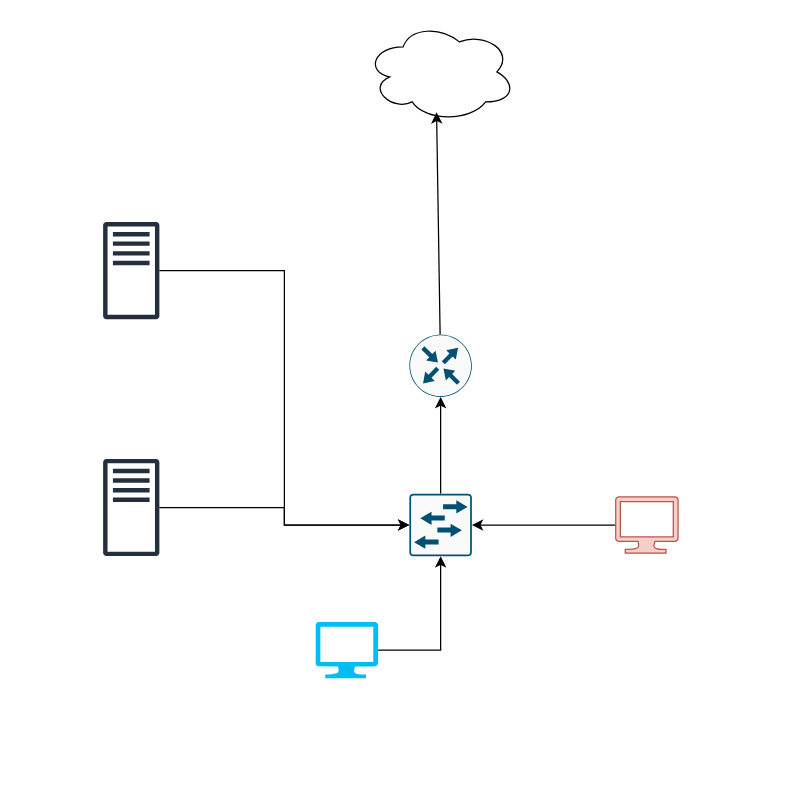
The draw.io diagram Untitled Diagram.drawio in tedwards45/Active-Directory-Lab, before the edit. Source tidied: cells renumbered, new cells numbered last; positions are measured from the earlier drawing's top-left corner, leaving out a move shared by most shapes. Both pictures are drawn from the tidied source at 125%, with x=0, y=0 at pixel (102, 21).
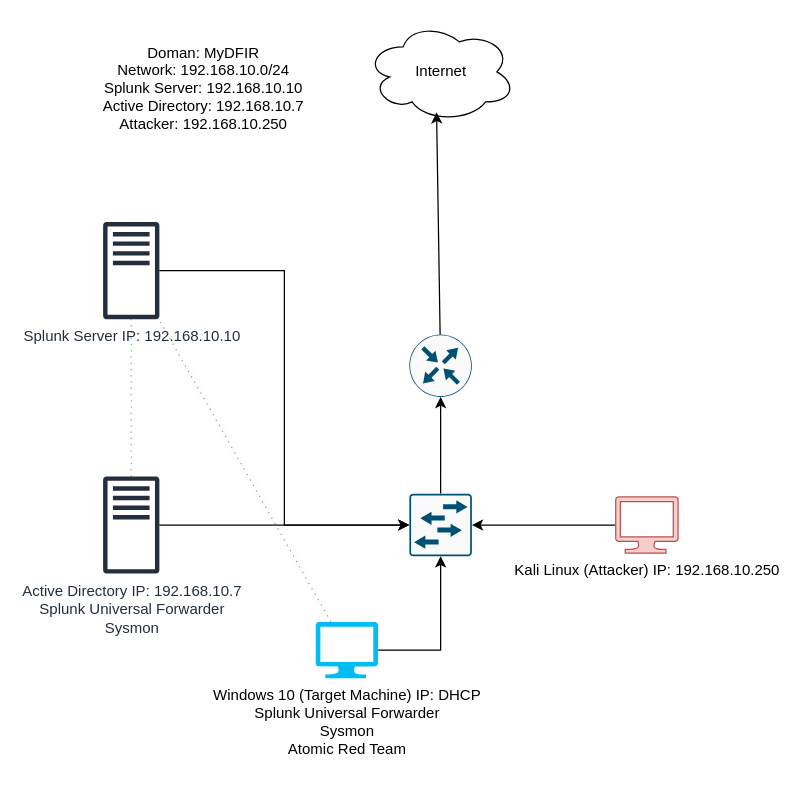
The same page after the edit.

Change to the diagram source:
```diff
@@
 <mxGraphModel>
   <root>
     <mxCell id="0" />
     <mxCell id="1" parent="0" />
+    <mxCell id="15" style="rounded=0;jettySize=auto;html=1;dashed=1;dashPattern=1 4;endArrow=none;startFill=0;fillColor=#d5e8d4;strokeColor=#82b366;" parent="1" edge="1" source="2" target="3">
+      <mxGeometry relative="1" as="geometry" />
+    </mxCell>
-    <mxCell id="2" style="sketch=0;outlineConnect=0;fontColor=#232F3E;gradientColor=none;fillColor=#232F3D;strokeColor=none;dashed=0;verticalLabelPosition=bottom;verticalAlign=top;align=center;html=1;fontSize=12;fontStyle=0;shape=mxgraph.aws4.traditional_server;" parent="1" vertex="1">
-      <mxGeometry y="349.5" width="45" height="78" as="geometry" />
+    <mxCell id="2" value="Active Directory IP: 192.168.10.7&lt;div&gt;Splunk Universal Forwarder&lt;/div&gt;&lt;div&gt;Sysmon&lt;/div&gt;" style="sketch=0;outlineConnect=0;fontColor=#232F3E;gradientColor=none;fillColor=#232F3D;strokeColor=none;dashed=0;verticalLabelPosition=bottom;verticalAlign=top;align=center;html=1;fontSize=12;fontStyle=0;shape=mxgraph.aws4.traditional_server;" parent="1" vertex="1">
+      <mxGeometry y="363.5" width="45" height="78" as="geometry" />
     </mxCell>
-    <mxCell id="3" style="sketch=0;outlineConnect=0;fontColor=#232F3E;gradientColor=none;fillColor=#232F3D;strokeColor=none;dashed=0;verticalLabelPosition=bottom;verticalAlign=top;align=center;html=1;fontSize=12;fontStyle=0;shape=mxgraph.aws4.traditional_server;" parent="1" vertex="1">
+    <mxCell id="3" value="Splunk Server IP: 192.168.10.10&lt;div&gt;&lt;br&gt;&lt;/div&gt;" style="sketch=0;outlineConnect=0;fontColor=#232F3E;gradientColor=none;fillColor=#232F3D;strokeColor=none;dashed=0;verticalLabelPosition=bottom;verticalAlign=top;align=center;html=1;fontSize=12;fontStyle=0;shape=mxgraph.aws4.traditional_server;" parent="1" vertex="1">
       <mxGeometry y="160" width="45" height="78" as="geometry" />
     </mxCell>
     <mxCell id="4" style="edgeStyle=orthogonalEdgeStyle;rounded=0;jettySize=auto;html=1;" parent="1" edge="1" source="5" target="9">
       <mxGeometry relative="1" as="geometry" />
     </mxCell>
+    <mxCell id="16" style="rounded=0;jettySize=auto;html=1;dashed=1;dashPattern=1 4;shadow=1;fillColor=#d5e8d4;strokeColor=#82b366;endArrow=none;startFill=0;" parent="1" edge="1" source="5" target="3">
+      <mxGeometry relative="1" as="geometry" />
+    </mxCell>
-    <mxCell id="5" style="verticalLabelPosition=bottom;html=1;verticalAlign=top;align=center;strokeColor=none;fillColor=#00BEF2;shape=mxgraph.azure.computer;" parent="1" vertex="1">
+    <mxCell id="5" value="Windows 10 (Target Machine) IP: DHCP&lt;div&gt;Splunk Universal Forwarder&lt;/div&gt;&lt;div&gt;Sysmon&lt;/div&gt;&lt;div&gt;Atomic Red Team&lt;/div&gt;&lt;div&gt;&lt;br&gt;&lt;/div&gt;" style="verticalLabelPosition=bottom;html=1;verticalAlign=top;align=center;strokeColor=none;fillColor=#00BEF2;shape=mxgraph.azure.computer;" parent="1" vertex="1">
       <mxGeometry x="170" y="480" width="50" height="45" as="geometry" />
     </mxCell>
     <mxCell id="6" style="edgeStyle=orthogonalEdgeStyle;rounded=0;jettySize=auto;html=1;" parent="1" edge="1" source="7" target="9">
       <mxGeometry relative="1" as="geometry" />
     </mxCell>
-    <mxCell id="7" style="verticalLabelPosition=bottom;html=1;verticalAlign=top;align=center;strokeColor=#b85450;fillColor=#f8cecc;shape=mxgraph.azure.computer;" parent="1" vertex="1">
+    <mxCell id="7" value="Kali Linux (Attacker) IP: 192.168.10.250" style="verticalLabelPosition=bottom;html=1;verticalAlign=top;align=center;strokeColor=#b85450;fillColor=#f8cecc;shape=mxgraph.azure.computer;" parent="1" vertex="1">
       <mxGeometry x="410" y="380" width="50" height="45" as="geometry" />
     </mxCell>
     <mxCell id="8" style="edgeStyle=orthogonalEdgeStyle;rounded=0;jettySize=auto;html=1;" parent="1" edge="1" source="9" target="10">
       <mxGeometry relative="1" as="geometry" />
     </mxCell>
     <mxCell id="9" style="sketch=0;points=[[0.015,0.015,0],[0.985,0.015,0],[0.985,0.985,0],[0.015,0.985,0],[0.25,0,0],[0.5,0,0],[0.75,0,0],[1,0.25,0],[1,0.5,0],[1,0.75,0],[0.75,1,0],[0.5,1,0],[0.25,1,0],[0,0.75,0],[0,0.5,0],[0,0.25,0]];verticalLabelPosition=bottom;html=1;verticalAlign=top;align=center;shape=mxgraph.cisco19.rect;prIcon=l2_switch;fillColor=#FAFAFA;strokeColor=#005073;" parent="1" vertex="1">
       <mxGeometry x="245" y="377.5" width="50" height="50" as="geometry" />
     </mxCell>
     <mxCell id="10" style="sketch=0;points=[[0.5,0,0],[1,0.5,0],[0.5,1,0],[0,0.5,0],[0.145,0.145,0],[0.8555,0.145,0],[0.855,0.8555,0],[0.145,0.855,0]];verticalLabelPosition=bottom;html=1;verticalAlign=top;align=center;shape=mxgraph.cisco19.rect;prIcon=router;fillColor=#FAFAFA;strokeColor=#005073;" parent="1" vertex="1">
       <mxGeometry x="245" y="250" width="50" height="50" as="geometry" />
     </mxCell>
     <mxCell id="11" style="ellipse;shape=cloud;whiteSpace=wrap;html=1;" parent="1" vertex="1">
       <mxGeometry x="210" width="120" height="80" as="geometry" />
     </mxCell>
     <mxCell id="12" style="rounded=0;jettySize=auto;html=1;entryX=0.473;entryY=0.904;entryDx=0;entryDy=0;entryPerimeter=0;" parent="1" edge="1" source="10" target="11">
       <mxGeometry relative="1" as="geometry" />
     </mxCell>
     <mxCell id="13" style="edgeStyle=orthogonalEdgeStyle;rounded=0;jettySize=auto;html=1;entryX=0;entryY=0.5;entryDx=0;entryDy=0;entryPerimeter=0;" parent="1" edge="1" source="3" target="9">
       <mxGeometry relative="1" as="geometry" />
     </mxCell>
-    <mxCell id="14" style="edgeStyle=orthogonalEdgeStyle;rounded=0;jettySize=auto;html=1;entryX=0;entryY=0.5;entryDx=0;entryDy=0;entryPerimeter=0;" parent="1" edge="1" source="2" target="9">
+    <mxCell id="14" style="rounded=0;jettySize=auto;html=1;entryX=0;entryY=0.5;entryDx=0;entryDy=0;entryPerimeter=0;" parent="1" edge="1" source="2" target="9">
       <mxGeometry relative="1" as="geometry" />
     </mxCell>
+    <mxCell id="17" value="Internet" style="text;html=1;align=center;verticalAlign=middle;strokeColor=none;fillColor=none;" parent="1" vertex="1">
+      <mxGeometry x="240" y="25" width="60" height="30" as="geometry" />
+    </mxCell>
+    <mxCell id="18" value="Doman: MyDFIR&lt;div&gt;Network: 192.168.10.0/24&lt;/div&gt;&lt;div&gt;Splunk Server: 192.168.10.10&lt;/div&gt;&lt;div&gt;Active Directory: 192.168.10.7&lt;/div&gt;&lt;div&gt;Attacker: 192.168.10.250&lt;/div&gt;" style="text;html=1;align=center;verticalAlign=middle;strokeColor=none;fillColor=none;" parent="1" vertex="1">
+      <mxGeometry x="-10" y="8" width="180" height="90" as="geometry" />
+    </mxCell>
   </root>
 </mxGraphModel>
```
